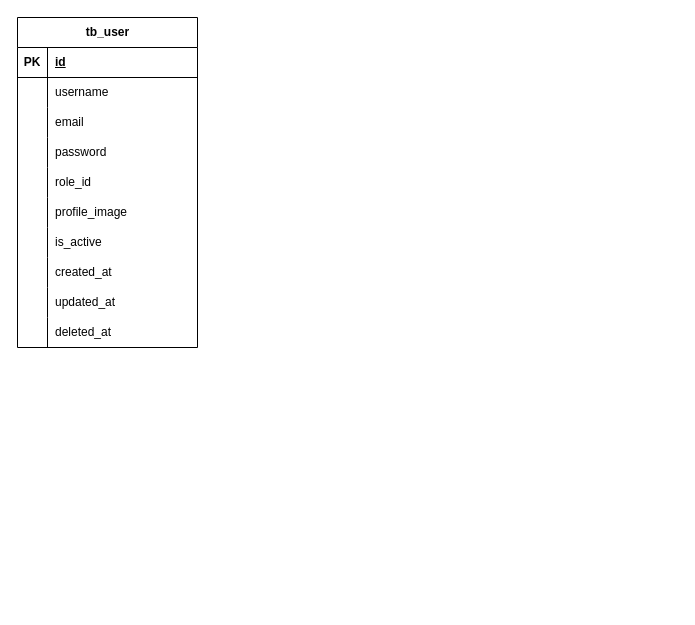
This is rdbms.drawio from DemoNicky/learn-chinese, a draw.io file, before an edit. Source tidied: cells renumbered, new cells numbered last; positions are measured from the earlier drawing's top-left corner, leaving out a move shared by most shapes. Both pictures are drawn from the tidied source at 100%, with x=0, y=0 at pixel (17, 17).
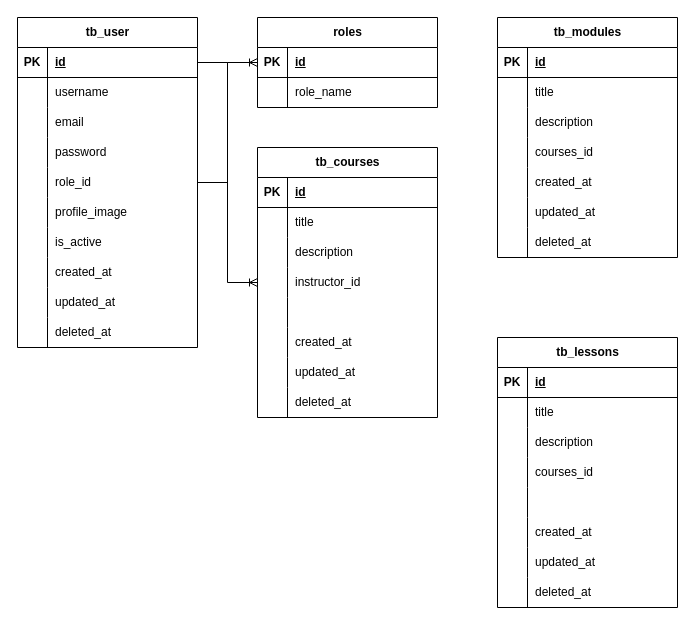
The same diagram, later.

The change refers to these unchanged cells:
```xml
<mxCell id="3" style="shape=tableRow;horizontal=0;startSize=0;swimlaneHead=0;swimlaneBody=0;fillColor=none;points=[[0,0.5],[1,0.5]];portConstraint=eastwest;top=0;left=0;right=0;bottom=1;" parent="2" vertex="1">
  <mxGeometry y="30" width="180" height="30" as="geometry" />
</mxCell>
<mxCell id="15" style="shape=tableRow;horizontal=0;startSize=0;swimlaneHead=0;swimlaneBody=0;fillColor=none;points=[[0,0.5],[1,0.5]];portConstraint=eastwest;top=0;left=0;right=0;bottom=0;" parent="2" vertex="1">
  <mxGeometry y="150" width="180" height="30" as="geometry" />
</mxCell>
```

The edit, as a diff of the source:
```diff
@@
+    <mxCell id="33" value="tb_courses" style="shape=table;startSize=30;childLayout=tableLayout;rowLines=0;fontStyle=1;align=center;html=1;" parent="1" vertex="1">
+      <mxGeometry x="240" y="130" width="180" height="270" as="geometry" />
+    </mxCell>
+    <mxCell id="34" style="shape=tableRow;horizontal=0;startSize=0;swimlaneHead=0;swimlaneBody=0;fillColor=none;top=0;left=0;right=0;bottom=1;" parent="33" vertex="1">
+      <mxGeometry y="30" width="180" height="30" as="geometry" />
+    </mxCell>
+    <mxCell id="35" value="PK" style="shape=partialRectangle;fillColor=none;top=0;left=0;bottom=0;right=0;fontStyle=1;overflow=hidden;whiteSpace=wrap;html=1;" parent="34" vertex="1">
+      <mxGeometry width="30" height="30" as="geometry" />
+    </mxCell>
+    <mxCell id="36" value="id&lt;span style=&quot;white-space: pre;&quot;&gt;&#9;&lt;/span&gt;" style="shape=partialRectangle;fillColor=none;top=0;left=0;bottom=0;right=0;align=left;spacingLeft=6;fontStyle=5;overflow=hidden;whiteSpace=wrap;html=1;" parent="34" vertex="1">
+      <mxGeometry x="30" width="150" height="30" as="geometry" />
+    </mxCell>
+    <mxCell id="37" style="shape=tableRow;horizontal=0;startSize=0;swimlaneHead=0;swimlaneBody=0;fillColor=none;top=0;left=0;right=0;bottom=0;" parent="33" vertex="1">
+      <mxGeometry y="60" width="180" height="30" as="geometry" />
+    </mxCell>
+    <mxCell id="38" style="shape=partialRectangle;fillColor=none;top=0;left=0;bottom=0;right=0;overflow=hidden;whiteSpace=wrap;html=1;" parent="37" vertex="1">
+      <mxGeometry width="30" height="30" as="geometry" />
+    </mxCell>
+    <mxCell id="39" value="title" style="shape=partialRectangle;fillColor=none;top=0;left=0;bottom=0;right=0;align=left;spacingLeft=6;overflow=hidden;whiteSpace=wrap;html=1;" parent="37" vertex="1">
+      <mxGeometry x="30" width="150" height="30" as="geometry" />
+    </mxCell>
+    <mxCell id="40" style="shape=tableRow;horizontal=0;startSize=0;swimlaneHead=0;swimlaneBody=0;fillColor=none;top=0;left=0;right=0;bottom=0;" parent="33" vertex="1">
+      <mxGeometry y="90" width="180" height="30" as="geometry" />
+    </mxCell>
+    <mxCell id="41" style="shape=partialRectangle;fillColor=none;top=0;left=0;bottom=0;right=0;overflow=hidden;whiteSpace=wrap;html=1;" parent="40" vertex="1">
+      <mxGeometry width="30" height="30" as="geometry" />
+    </mxCell>
+    <mxCell id="42" value="description" style="shape=partialRectangle;fillColor=none;top=0;left=0;bottom=0;right=0;align=left;spacingLeft=6;overflow=hidden;whiteSpace=wrap;html=1;" parent="40" vertex="1">
+      <mxGeometry x="30" width="150" height="30" as="geometry" />
+    </mxCell>
+    <mxCell id="43" style="shape=tableRow;horizontal=0;startSize=0;swimlaneHead=0;swimlaneBody=0;fillColor=none;points=[[0,0.5],[1,0.5]];portConstraint=eastwest;top=0;left=0;right=0;bottom=0;" parent="33" vertex="1">
+      <mxGeometry y="120" width="180" height="30" as="geometry" />
+    </mxCell>
+    <mxCell id="44" style="shape=partialRectangle;fillColor=none;top=0;left=0;bottom=0;right=0;overflow=hidden;whiteSpace=wrap;html=1;" parent="43" vertex="1">
+      <mxGeometry width="30" height="30" as="geometry" />
+    </mxCell>
+    <mxCell id="45" value="instructor_id " style="shape=partialRectangle;fillColor=none;top=0;left=0;bottom=0;right=0;align=left;spacingLeft=6;overflow=hidden;whiteSpace=wrap;html=1;" parent="43" vertex="1">
+      <mxGeometry x="30" width="150" height="30" as="geometry" />
+    </mxCell>
+    <mxCell id="46" style="shape=tableRow;horizontal=0;startSize=0;swimlaneHead=0;swimlaneBody=0;fillColor=none;top=0;left=0;right=0;bottom=0;" parent="33" vertex="1">
+      <mxGeometry y="150" width="180" height="30" as="geometry" />
+    </mxCell>
+    <mxCell id="47" style="shape=partialRectangle;fillColor=none;top=0;left=0;bottom=0;right=0;overflow=hidden;whiteSpace=wrap;html=1;" parent="46" vertex="1">
+      <mxGeometry width="30" height="30" as="geometry" />
+    </mxCell>
+    <mxCell id="48" style="shape=partialRectangle;fillColor=none;top=0;left=0;bottom=0;right=0;align=left;spacingLeft=6;overflow=hidden;whiteSpace=wrap;html=1;" parent="46" vertex="1">
+      <mxGeometry x="30" width="150" height="30" as="geometry" />
+    </mxCell>
+    <mxCell id="49" style="shape=tableRow;horizontal=0;startSize=0;swimlaneHead=0;swimlaneBody=0;fillColor=none;top=0;left=0;right=0;bottom=0;" parent="33" vertex="1">
+      <mxGeometry y="180" width="180" height="30" as="geometry" />
+    </mxCell>
+    <mxCell id="50" style="shape=partialRectangle;fillColor=none;top=0;left=0;bottom=0;right=0;overflow=hidden;whiteSpace=wrap;html=1;" parent="49" vertex="1">
+      <mxGeometry width="30" height="30" as="geometry" />
+    </mxCell>
+    <mxCell id="51" value="created_at" style="shape=partialRectangle;fillColor=none;top=0;left=0;bottom=0;right=0;align=left;spacingLeft=6;overflow=hidden;whiteSpace=wrap;html=1;" parent="49" vertex="1">
+      <mxGeometry x="30" width="150" height="30" as="geometry" />
+    </mxCell>
+    <mxCell id="52" style="shape=tableRow;horizontal=0;startSize=0;swimlaneHead=0;swimlaneBody=0;fillColor=none;top=0;left=0;right=0;bottom=0;" parent="33" vertex="1">
+      <mxGeometry y="210" width="180" height="30" as="geometry" />
+    </mxCell>
+    <mxCell id="53" style="shape=partialRectangle;fillColor=none;top=0;left=0;bottom=0;right=0;overflow=hidden;whiteSpace=wrap;html=1;" parent="52" vertex="1">
+      <mxGeometry width="30" height="30" as="geometry" />
+    </mxCell>
+    <mxCell id="54" value="updated_at" style="shape=partialRectangle;fillColor=none;top=0;left=0;bottom=0;right=0;align=left;spacingLeft=6;overflow=hidden;whiteSpace=wrap;html=1;" parent="52" vertex="1">
+      <mxGeometry x="30" width="150" height="30" as="geometry" />
+    </mxCell>
+    <mxCell id="55" style="shape=tableRow;horizontal=0;startSize=0;swimlaneHead=0;swimlaneBody=0;fillColor=none;top=0;left=0;right=0;bottom=0;" parent="33" vertex="1">
+      <mxGeometry y="240" width="180" height="30" as="geometry" />
+    </mxCell>
+    <mxCell id="56" style="shape=partialRectangle;fillColor=none;top=0;left=0;bottom=0;right=0;overflow=hidden;whiteSpace=wrap;html=1;" parent="55" vertex="1">
+      <mxGeometry width="30" height="30" as="geometry" />
+    </mxCell>
+    <mxCell id="57" value="deleted_at" style="shape=partialRectangle;fillColor=none;top=0;left=0;bottom=0;right=0;align=left;spacingLeft=6;overflow=hidden;whiteSpace=wrap;html=1;" parent="55" vertex="1">
+      <mxGeometry x="30" width="150" height="30" as="geometry" />
+    </mxCell>
+    <mxCell id="58" value="roles" style="shape=table;startSize=30;childLayout=tableLayout;rowLines=0;fontStyle=1;align=center;html=1;" parent="1" vertex="1">
+      <mxGeometry x="240" width="180" height="90" as="geometry" />
+    </mxCell>
+    <mxCell id="59" style="shape=tableRow;horizontal=0;startSize=0;swimlaneHead=0;swimlaneBody=0;fillColor=none;points=[[0,0.5],[1,0.5]];portConstraint=eastwest;top=0;left=0;right=0;bottom=1;" parent="58" vertex="1">
+      <mxGeometry y="30" width="180" height="30" as="geometry" />
+    </mxCell>
+    <mxCell id="60" value="PK" style="shape=partialRectangle;fillColor=none;top=0;left=0;bottom=0;right=0;fontStyle=1;overflow=hidden;whiteSpace=wrap;html=1;" parent="59" vertex="1">
+      <mxGeometry width="30" height="30" as="geometry" />
+    </mxCell>
+    <mxCell id="61" value="id" style="shape=partialRectangle;fillColor=none;top=0;left=0;bottom=0;right=0;align=left;spacingLeft=6;fontStyle=5;overflow=hidden;whiteSpace=wrap;html=1;" parent="59" vertex="1">
+      <mxGeometry x="30" width="150" height="30" as="geometry" />
+    </mxCell>
+    <mxCell id="62" style="shape=tableRow;horizontal=0;startSize=0;swimlaneHead=0;swimlaneBody=0;fillColor=none;top=0;left=0;right=0;bottom=0;" parent="58" vertex="1">
+      <mxGeometry y="60" width="180" height="30" as="geometry" />
+    </mxCell>
+    <mxCell id="63" style="shape=partialRectangle;fillColor=none;top=0;left=0;bottom=0;right=0;overflow=hidden;whiteSpace=wrap;html=1;" parent="62" vertex="1">
+      <mxGeometry width="30" height="30" as="geometry" />
+    </mxCell>
+    <mxCell id="64" value="role_name" style="shape=partialRectangle;fillColor=none;top=0;left=0;bottom=0;right=0;align=left;spacingLeft=6;overflow=hidden;whiteSpace=wrap;html=1;" parent="62" vertex="1">
+      <mxGeometry x="30" width="150" height="30" as="geometry" />
+    </mxCell>
+    <mxCell id="65" style="edgeStyle=entityRelationEdgeStyle;fontSize=12;html=1;endArrow=ERoneToMany;rounded=0;exitX=1;exitY=0.5;exitDx=0;exitDy=0;entryX=0;entryY=0.5;entryDx=0;entryDy=0;" parent="1" edge="1" source="15" target="59">
+      <mxGeometry relative="1" as="geometry" />
+    </mxCell>
+    <mxCell id="66" value="tb_modules" style="shape=table;startSize=30;childLayout=tableLayout;rowLines=0;fontStyle=1;align=center;html=1;" parent="1" vertex="1">
+      <mxGeometry x="480" width="180" height="240" as="geometry" />
+    </mxCell>
+    <mxCell id="67" style="shape=tableRow;horizontal=0;startSize=0;swimlaneHead=0;swimlaneBody=0;fillColor=none;top=0;left=0;right=0;bottom=1;" parent="66" vertex="1">
+      <mxGeometry y="30" width="180" height="30" as="geometry" />
+    </mxCell>
+    <mxCell id="68" value="PK" style="shape=partialRectangle;fillColor=none;top=0;left=0;bottom=0;right=0;fontStyle=1;overflow=hidden;whiteSpace=wrap;html=1;" parent="67" vertex="1">
+      <mxGeometry width="30" height="30" as="geometry" />
+    </mxCell>
+    <mxCell id="69" value="id&lt;span style=&quot;white-space: pre;&quot;&gt;&#9;&lt;/span&gt;" style="shape=partialRectangle;fillColor=none;top=0;left=0;bottom=0;right=0;align=left;spacingLeft=6;fontStyle=5;overflow=hidden;whiteSpace=wrap;html=1;" parent="67" vertex="1">
+      <mxGeometry x="30" width="150" height="30" as="geometry" />
+    </mxCell>
+    <mxCell id="70" style="shape=tableRow;horizontal=0;startSize=0;swimlaneHead=0;swimlaneBody=0;fillColor=none;top=0;left=0;right=0;bottom=0;" parent="66" vertex="1">
+      <mxGeometry y="60" width="180" height="30" as="geometry" />
+    </mxCell>
+    <mxCell id="71" style="shape=partialRectangle;fillColor=none;top=0;left=0;bottom=0;right=0;overflow=hidden;whiteSpace=wrap;html=1;" parent="70" vertex="1">
+      <mxGeometry width="30" height="30" as="geometry" />
+    </mxCell>
+    <mxCell id="72" value="title" style="shape=partialRectangle;fillColor=none;top=0;left=0;bottom=0;right=0;align=left;spacingLeft=6;overflow=hidden;whiteSpace=wrap;html=1;" parent="70" vertex="1">
+      <mxGeometry x="30" width="150" height="30" as="geometry" />
+    </mxCell>
+    <mxCell id="73" style="shape=tableRow;horizontal=0;startSize=0;swimlaneHead=0;swimlaneBody=0;fillColor=none;top=0;left=0;right=0;bottom=0;" parent="66" vertex="1">
+      <mxGeometry y="90" width="180" height="30" as="geometry" />
+    </mxCell>
+    <mxCell id="74" style="shape=partialRectangle;fillColor=none;top=0;left=0;bottom=0;right=0;overflow=hidden;whiteSpace=wrap;html=1;" parent="73" vertex="1">
+      <mxGeometry width="30" height="30" as="geometry" />
+    </mxCell>
+    <mxCell id="75" value="description" style="shape=partialRectangle;fillColor=none;top=0;left=0;bottom=0;right=0;align=left;spacingLeft=6;overflow=hidden;whiteSpace=wrap;html=1;" parent="73" vertex="1">
+      <mxGeometry x="30" width="150" height="30" as="geometry" />
+    </mxCell>
+    <mxCell id="76" style="shape=tableRow;horizontal=0;startSize=0;swimlaneHead=0;swimlaneBody=0;fillColor=none;top=0;left=0;right=0;bottom=0;" parent="66" vertex="1">
+      <mxGeometry y="120" width="180" height="30" as="geometry" />
+    </mxCell>
+    <mxCell id="77" style="shape=partialRectangle;fillColor=none;top=0;left=0;bottom=0;right=0;overflow=hidden;whiteSpace=wrap;html=1;" parent="76" vertex="1">
+      <mxGeometry width="30" height="30" as="geometry" />
+    </mxCell>
+    <mxCell id="78" value="courses_id " style="shape=partialRectangle;fillColor=none;top=0;left=0;bottom=0;right=0;align=left;spacingLeft=6;overflow=hidden;whiteSpace=wrap;html=1;" parent="76" vertex="1">
+      <mxGeometry x="30" width="150" height="30" as="geometry" />
+    </mxCell>
+    <mxCell id="79" style="shape=tableRow;horizontal=0;startSize=0;swimlaneHead=0;swimlaneBody=0;fillColor=none;top=0;left=0;right=0;bottom=0;" parent="66" vertex="1">
+      <mxGeometry y="150" width="180" height="30" as="geometry" />
+    </mxCell>
+    <mxCell id="80" style="shape=partialRectangle;fillColor=none;top=0;left=0;bottom=0;right=0;overflow=hidden;whiteSpace=wrap;html=1;" parent="79" vertex="1">
+      <mxGeometry width="30" height="30" as="geometry" />
+    </mxCell>
+    <mxCell id="81" value="created_at" style="shape=partialRectangle;fillColor=none;top=0;left=0;bottom=0;right=0;align=left;spacingLeft=6;overflow=hidden;whiteSpace=wrap;html=1;" parent="79" vertex="1">
+      <mxGeometry x="30" width="150" height="30" as="geometry" />
+    </mxCell>
+    <mxCell id="82" style="shape=tableRow;horizontal=0;startSize=0;swimlaneHead=0;swimlaneBody=0;fillColor=none;top=0;left=0;right=0;bottom=0;" parent="66" vertex="1">
+      <mxGeometry y="180" width="180" height="30" as="geometry" />
+    </mxCell>
+    <mxCell id="83" style="shape=partialRectangle;fillColor=none;top=0;left=0;bottom=0;right=0;overflow=hidden;whiteSpace=wrap;html=1;" parent="82" vertex="1">
+      <mxGeometry width="30" height="30" as="geometry" />
+    </mxCell>
+    <mxCell id="84" value="updated_at" style="shape=partialRectangle;fillColor=none;top=0;left=0;bottom=0;right=0;align=left;spacingLeft=6;overflow=hidden;whiteSpace=wrap;html=1;" parent="82" vertex="1">
+      <mxGeometry x="30" width="150" height="30" as="geometry" />
+    </mxCell>
+    <mxCell id="85" style="shape=tableRow;horizontal=0;startSize=0;swimlaneHead=0;swimlaneBody=0;fillColor=none;top=0;left=0;right=0;bottom=0;" parent="66" vertex="1">
+      <mxGeometry y="210" width="180" height="30" as="geometry" />
+    </mxCell>
+    <mxCell id="86" style="shape=partialRectangle;fillColor=none;top=0;left=0;bottom=0;right=0;overflow=hidden;whiteSpace=wrap;html=1;" parent="85" vertex="1">
+      <mxGeometry width="30" height="30" as="geometry" />
+    </mxCell>
+    <mxCell id="87" value="deleted_at" style="shape=partialRectangle;fillColor=none;top=0;left=0;bottom=0;right=0;align=left;spacingLeft=6;overflow=hidden;whiteSpace=wrap;html=1;" parent="85" vertex="1">
+      <mxGeometry x="30" width="150" height="30" as="geometry" />
+    </mxCell>
+    <mxCell id="88" style="edgeStyle=entityRelationEdgeStyle;fontSize=12;html=1;endArrow=ERoneToMany;rounded=0;exitX=1;exitY=0.5;exitDx=0;exitDy=0;entryX=0;entryY=0.5;entryDx=0;entryDy=0;" parent="1" edge="1" source="3" target="43">
+      <mxGeometry relative="1" as="geometry" />
+    </mxCell>
+    <mxCell id="89" value="tb_lessons" style="shape=table;startSize=30;childLayout=tableLayout;rowLines=0;fontStyle=1;align=center;html=1;" parent="1" vertex="1">
+      <mxGeometry x="480" y="320" width="180" height="270" as="geometry" />
+    </mxCell>
+    <mxCell id="90" style="shape=tableRow;horizontal=0;startSize=0;swimlaneHead=0;swimlaneBody=0;fillColor=none;top=0;left=0;right=0;bottom=1;" parent="89" vertex="1">
+      <mxGeometry y="30" width="180" height="30" as="geometry" />
+    </mxCell>
+    <mxCell id="91" value="PK" style="shape=partialRectangle;fillColor=none;top=0;left=0;bottom=0;right=0;fontStyle=1;overflow=hidden;whiteSpace=wrap;html=1;" parent="90" vertex="1">
+      <mxGeometry width="30" height="30" as="geometry" />
+    </mxCell>
+    <mxCell id="92" value="id&lt;span style=&quot;white-space: pre;&quot;&gt;&#9;&lt;/span&gt;" style="shape=partialRectangle;fillColor=none;top=0;left=0;bottom=0;right=0;align=left;spacingLeft=6;fontStyle=5;overflow=hidden;whiteSpace=wrap;html=1;" parent="90" vertex="1">
+      <mxGeometry x="30" width="150" height="30" as="geometry" />
+    </mxCell>
+    <mxCell id="93" style="shape=tableRow;horizontal=0;startSize=0;swimlaneHead=0;swimlaneBody=0;fillColor=none;top=0;left=0;right=0;bottom=0;" parent="89" vertex="1">
+      <mxGeometry y="60" width="180" height="30" as="geometry" />
+    </mxCell>
+    <mxCell id="94" style="shape=partialRectangle;fillColor=none;top=0;left=0;bottom=0;right=0;overflow=hidden;whiteSpace=wrap;html=1;" parent="93" vertex="1">
+      <mxGeometry width="30" height="30" as="geometry" />
+    </mxCell>
+    <mxCell id="95" value="title" style="shape=partialRectangle;fillColor=none;top=0;left=0;bottom=0;right=0;align=left;spacingLeft=6;overflow=hidden;whiteSpace=wrap;html=1;" parent="93" vertex="1">
+      <mxGeometry x="30" width="150" height="30" as="geometry" />
+    </mxCell>
+    <mxCell id="96" style="shape=tableRow;horizontal=0;startSize=0;swimlaneHead=0;swimlaneBody=0;fillColor=none;top=0;left=0;right=0;bottom=0;" parent="89" vertex="1">
+      <mxGeometry y="90" width="180" height="30" as="geometry" />
+    </mxCell>
+    <mxCell id="97" style="shape=partialRectangle;fillColor=none;top=0;left=0;bottom=0;right=0;overflow=hidden;whiteSpace=wrap;html=1;" parent="96" vertex="1">
+      <mxGeometry width="30" height="30" as="geometry" />
+    </mxCell>
+    <mxCell id="98" value="description" style="shape=partialRectangle;fillColor=none;top=0;left=0;bottom=0;right=0;align=left;spacingLeft=6;overflow=hidden;whiteSpace=wrap;html=1;" parent="96" vertex="1">
+      <mxGeometry x="30" width="150" height="30" as="geometry" />
+    </mxCell>
+    <mxCell id="99" style="shape=tableRow;horizontal=0;startSize=0;swimlaneHead=0;swimlaneBody=0;fillColor=none;top=0;left=0;right=0;bottom=0;" parent="89" vertex="1">
+      <mxGeometry y="120" width="180" height="30" as="geometry" />
+    </mxCell>
+    <mxCell id="100" style="shape=partialRectangle;fillColor=none;top=0;left=0;bottom=0;right=0;overflow=hidden;whiteSpace=wrap;html=1;" parent="99" vertex="1">
+      <mxGeometry width="30" height="30" as="geometry" />
+    </mxCell>
+    <mxCell id="101" value="courses_id " style="shape=partialRectangle;fillColor=none;top=0;left=0;bottom=0;right=0;align=left;spacingLeft=6;overflow=hidden;whiteSpace=wrap;html=1;" parent="99" vertex="1">
+      <mxGeometry x="30" width="150" height="30" as="geometry" />
+    </mxCell>
+    <mxCell id="102" style="shape=tableRow;horizontal=0;startSize=0;swimlaneHead=0;swimlaneBody=0;fillColor=none;top=0;left=0;right=0;bottom=0;" parent="89" vertex="1">
+      <mxGeometry y="150" width="180" height="30" as="geometry" />
+    </mxCell>
+    <mxCell id="103" style="shape=partialRectangle;fillColor=none;top=0;left=0;bottom=0;right=0;overflow=hidden;whiteSpace=wrap;html=1;" parent="102" vertex="1">
+      <mxGeometry width="30" height="30" as="geometry" />
+    </mxCell>
+    <mxCell id="104" style="shape=partialRectangle;fillColor=none;top=0;left=0;bottom=0;right=0;align=left;spacingLeft=6;overflow=hidden;whiteSpace=wrap;html=1;" parent="102" vertex="1">
+      <mxGeometry x="30" width="150" height="30" as="geometry" />
+    </mxCell>
+    <mxCell id="105" style="shape=tableRow;horizontal=0;startSize=0;swimlaneHead=0;swimlaneBody=0;fillColor=none;top=0;left=0;right=0;bottom=0;" parent="89" vertex="1">
+      <mxGeometry y="180" width="180" height="30" as="geometry" />
+    </mxCell>
+    <mxCell id="106" style="shape=partialRectangle;fillColor=none;top=0;left=0;bottom=0;right=0;overflow=hidden;whiteSpace=wrap;html=1;" parent="105" vertex="1">
+      <mxGeometry width="30" height="30" as="geometry" />
+    </mxCell>
+    <mxCell id="107" value="created_at" style="shape=partialRectangle;fillColor=none;top=0;left=0;bottom=0;right=0;align=left;spacingLeft=6;overflow=hidden;whiteSpace=wrap;html=1;" parent="105" vertex="1">
+      <mxGeometry x="30" width="150" height="30" as="geometry" />
+    </mxCell>
+    <mxCell id="108" style="shape=tableRow;horizontal=0;startSize=0;swimlaneHead=0;swimlaneBody=0;fillColor=none;top=0;left=0;right=0;bottom=0;" parent="89" vertex="1">
+      <mxGeometry y="210" width="180" height="30" as="geometry" />
+    </mxCell>
+    <mxCell id="109" style="shape=partialRectangle;fillColor=none;top=0;left=0;bottom=0;right=0;overflow=hidden;whiteSpace=wrap;html=1;" parent="108" vertex="1">
+      <mxGeometry width="30" height="30" as="geometry" />
+    </mxCell>
+    <mxCell id="110" value="updated_at" style="shape=partialRectangle;fillColor=none;top=0;left=0;bottom=0;right=0;align=left;spacingLeft=6;overflow=hidden;whiteSpace=wrap;html=1;" parent="108" vertex="1">
+      <mxGeometry x="30" width="150" height="30" as="geometry" />
+    </mxCell>
+    <mxCell id="111" style="shape=tableRow;horizontal=0;startSize=0;swimlaneHead=0;swimlaneBody=0;fillColor=none;top=0;left=0;right=0;bottom=0;" parent="89" vertex="1">
+      <mxGeometry y="240" width="180" height="30" as="geometry" />
+    </mxCell>
+    <mxCell id="112" style="shape=partialRectangle;fillColor=none;top=0;left=0;bottom=0;right=0;overflow=hidden;whiteSpace=wrap;html=1;" parent="111" vertex="1">
+      <mxGeometry width="30" height="30" as="geometry" />
+    </mxCell>
+    <mxCell id="113" value="deleted_at" style="shape=partialRectangle;fillColor=none;top=0;left=0;bottom=0;right=0;align=left;spacingLeft=6;overflow=hidden;whiteSpace=wrap;html=1;" parent="111" vertex="1">
+      <mxGeometry x="30" width="150" height="30" as="geometry" />
+    </mxCell>
```
